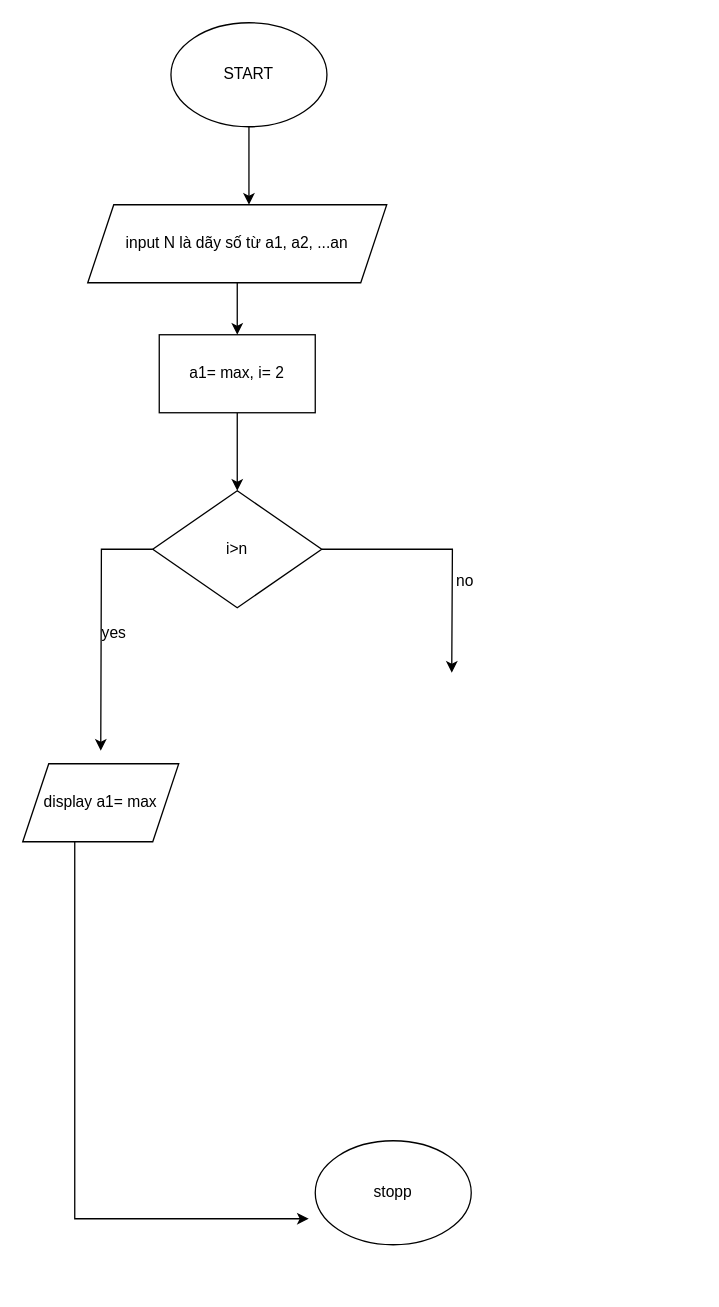
This is Untitled Diagram.drawio from lykhanh1994/lykhanh1994, a draw.io file, before an edit. Source tidied: cells renumbered, new cells numbered last; positions are measured from the earlier drawing's top-left corner, leaving out a move shared by most shapes. Both pictures are drawn from the tidied source at 130%, with x=0, y=0 at pixel (22, 22).
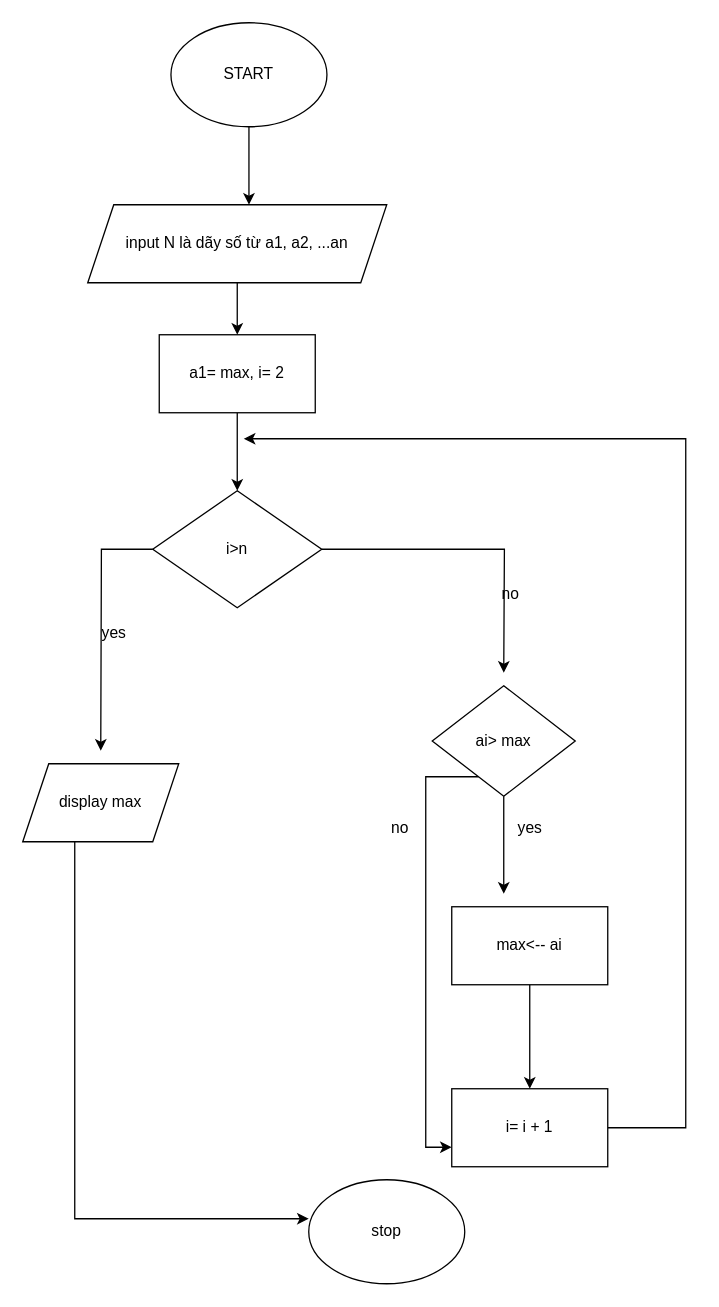
The same page after the edit.

Unchanged cells that the change refers to:
```xml
<mxCell id="10" value="i&amp;gt;n" style="rhombus;whiteSpace=wrap;html=1;" parent="1" vertex="1">
  <mxGeometry x="100" y="360" width="130" height="90" as="geometry" />
</mxCell>
```

Change to the diagram source:
```diff
@@
-    <mxCell id="9" style="edgeStyle=orthogonalEdgeStyle;rounded=0;jettySize=auto;html=1;exitX=1;exitY=0.5;exitDx=0;exitDy=0;" parent="1" edge="1" source="10">
-      <mxGeometry relative="1" as="geometry">
-        <mxPoint x="330" y="500" as="targetPoint" />
-      </mxGeometry>
-    </mxCell>
+    <mxCell id="16" style="edgeStyle=orthogonalEdgeStyle;rounded=0;jettySize=auto;html=1;" parent="1" edge="1" source="10">
+      <mxGeometry relative="1" as="geometry">
+        <mxPoint x="370" y="500" as="targetPoint" />
+      </mxGeometry>
+    </mxCell>
@@
-    <mxCell id="12" style="edgeStyle=orthogonalEdgeStyle;rounded=0;jettySize=auto;html=1;" parent="1" edge="1" source="13">
+    <mxCell id="12" style="edgeStyle=orthogonalEdgeStyle;rounded=0;orthogonalLoop=1;jettySize=auto;html=1;" parent="1" edge="1">
       <mxGeometry relative="1" as="geometry">
+        <mxPoint x="40" y="630" as="sourcePoint" />
         <mxPoint x="220" y="920" as="targetPoint" />
         <Array as="points">
           <mxPoint x="40" y="920" />
         </Array>
       </mxGeometry>
     </mxCell>
-    <mxCell id="13" value="display a1= max" style="shape=parallelogram;perimeter=parallelogramPerimeter;whiteSpace=wrap;html=1;fixedSize=1;" parent="1" vertex="1">
-      <mxGeometry y="570" width="120" height="60" as="geometry" />
-    </mxCell>
-    <mxCell id="14" value="stopp" style="ellipse;whiteSpace=wrap;html=1;" parent="1" vertex="1">
-      <mxGeometry x="225" y="860" width="120" height="80" as="geometry" />
-    </mxCell>
     <mxCell id="15" value="no" style="text;html=1;align=center;verticalAlign=middle;strokeColor=none;fillColor=none;" parent="1" vertex="1">
-      <mxGeometry x="325" y="420" width="30" height="20" as="geometry" />
+      <mxGeometry x="360" y="430" width="30" height="20" as="geometry" />
     </mxCell>
+    <mxCell id="17" value="stop" style="ellipse;whiteSpace=wrap;html=1;" parent="1" vertex="1">
+      <mxGeometry x="220" y="890" width="120" height="80" as="geometry" />
+    </mxCell>
+    <mxCell id="18" value="display max" style="shape=parallelogram;perimeter=parallelogramPerimeter;whiteSpace=wrap;html=1;fixedSize=1;" parent="1" vertex="1">
+      <mxGeometry y="570" width="120" height="60" as="geometry" />
+    </mxCell>
+    <mxCell id="19" style="edgeStyle=orthogonalEdgeStyle;rounded=0;jettySize=auto;html=1;" parent="1" edge="1" source="21">
+      <mxGeometry relative="1" as="geometry">
+        <mxPoint x="370" y="670" as="targetPoint" />
+      </mxGeometry>
+    </mxCell>
+    <mxCell id="20" style="edgeStyle=orthogonalEdgeStyle;rounded=0;jettySize=auto;html=1;entryX=0;entryY=0.75;entryDx=0;entryDy=0;" parent="1" edge="1" source="21" target="25">
+      <mxGeometry relative="1" as="geometry">
+        <Array as="points">
+          <mxPoint x="310" y="580" />
+          <mxPoint x="310" y="865" />
+        </Array>
+      </mxGeometry>
+    </mxCell>
+    <mxCell id="21" value="ai&amp;gt; max" style="rhombus;whiteSpace=wrap;html=1;" parent="1" vertex="1">
+      <mxGeometry x="315" y="510" width="110" height="85" as="geometry" />
+    </mxCell>
+    <mxCell id="22" style="edgeStyle=orthogonalEdgeStyle;rounded=0;jettySize=auto;html=1;" parent="1" edge="1" source="23" target="25">
+      <mxGeometry relative="1" as="geometry" />
+    </mxCell>
+    <mxCell id="23" value="max&amp;lt;-- ai" style="rounded=0;whiteSpace=wrap;html=1;" parent="1" vertex="1">
+      <mxGeometry x="330" y="680" width="120" height="60" as="geometry" />
+    </mxCell>
+    <mxCell id="24" style="edgeStyle=orthogonalEdgeStyle;rounded=0;jettySize=auto;html=1;" parent="1" edge="1" source="25">
+      <mxGeometry relative="1" as="geometry">
+        <mxPoint x="170" y="320" as="targetPoint" />
+        <Array as="points">
+          <mxPoint x="510" y="850" />
+          <mxPoint x="510" y="320" />
+        </Array>
+      </mxGeometry>
+    </mxCell>
+    <mxCell id="25" value="i= i + 1" style="rounded=0;whiteSpace=wrap;html=1;" parent="1" vertex="1">
+      <mxGeometry x="330" y="820" width="120" height="60" as="geometry" />
+    </mxCell>
+    <mxCell id="26" value="yes" style="text;html=1;align=center;verticalAlign=middle;strokeColor=none;fillColor=none;" parent="1" vertex="1">
+      <mxGeometry x="375" y="610" width="30" height="20" as="geometry" />
+    </mxCell>
+    <mxCell id="27" value="no" style="text;html=1;align=center;verticalAlign=middle;strokeColor=none;fillColor=none;" parent="1" vertex="1">
+      <mxGeometry x="275" y="610" width="30" height="20" as="geometry" />
+    </mxCell>
```
